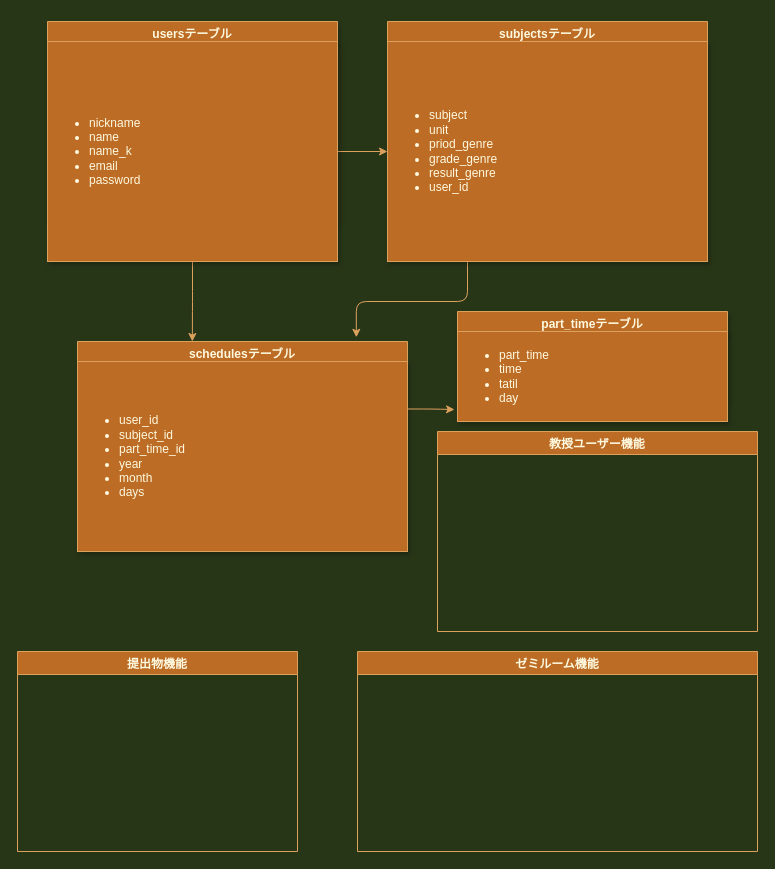
okadahideya/daigaku keeps this draw.io diagram as daigaku.dio. Above is the earlier version. Source tidied: cells renumbered, new cells numbered last; positions are measured from the earlier drawing's top-left corner, leaving out a move shared by most shapes. Both pictures are drawn from the tidied source at 100%, with x=0, y=0 at pixel (17, 21).
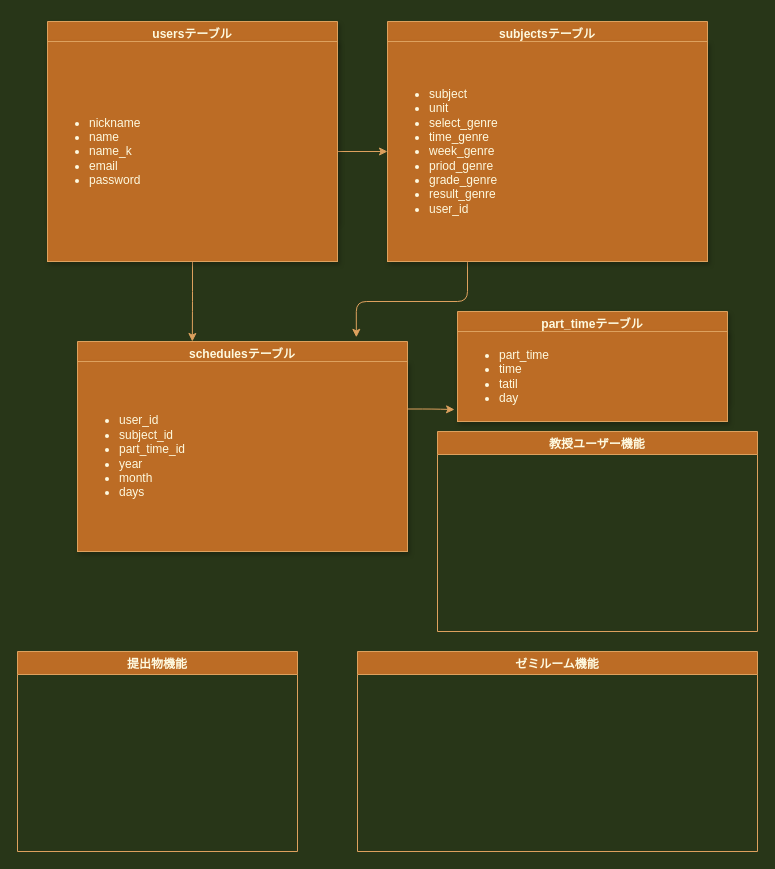
The same diagram, later.

Diff of the diagram source:
```diff
@@
 <mxGraphModel background="#283618">
   <root>
     <mxCell id="0" />
     <mxCell id="1" parent="0" />
     <mxCell id="2" value="usersテーブル" style="swimlane;fillColor=#BC6C25;strokeColor=#DDA15E;fontColor=#FEFAE0;shadow=1;" parent="1" vertex="1">
       <mxGeometry x="30" width="290" height="200" as="geometry" />
     </mxCell>
     <mxCell id="3" value="subjectsテーブル" style="swimlane;startSize=23;fillColor=#BC6C25;strokeColor=#DDA15E;fontColor=#FEFAE0;" parent="1" vertex="1">
       <mxGeometry x="370" width="320" height="240" as="geometry" />
     </mxCell>
     <mxCell id="4" value="schedulesテーブル" style="swimlane;fillColor=#BC6C25;strokeColor=#DDA15E;fontColor=#FEFAE0;" parent="1" vertex="1">
       <mxGeometry x="60" y="320" width="330" height="210" as="geometry" />
     </mxCell>
     <mxCell id="5" value="&lt;ul&gt;&lt;li&gt;user_id&lt;/li&gt;&lt;li&gt;subject_id&lt;/li&gt;&lt;li&gt;part_time_id&lt;/li&gt;&lt;li&gt;year&lt;/li&gt;&lt;li&gt;month&lt;/li&gt;&lt;li&gt;days&lt;/li&gt;&lt;/ul&gt;" style="whiteSpace=wrap;html=1;rounded=0;shadow=1;sketch=0;strokeColor=#DDA15E;fillColor=#BC6C25;fontColor=#FEFAE0;align=left;" parent="4" vertex="1">
       <mxGeometry y="20" width="330" height="190" as="geometry" />
     </mxCell>
     <mxCell id="6" value="教授ユーザー機能" style="swimlane;fillColor=#BC6C25;strokeColor=#DDA15E;fontColor=#FEFAE0;" parent="1" vertex="1">
       <mxGeometry x="420" y="410" width="320" height="200" as="geometry" />
     </mxCell>
     <mxCell id="7" value="提出物機能" style="swimlane;fillColor=#BC6C25;strokeColor=#DDA15E;fontColor=#FEFAE0;" parent="1" vertex="1">
       <mxGeometry y="630" width="280" height="200" as="geometry" />
     </mxCell>
     <mxCell id="8" value="ゼミルーム機能" style="swimlane;fillColor=#BC6C25;strokeColor=#DDA15E;fontColor=#FEFAE0;" parent="1" vertex="1">
       <mxGeometry x="340" y="630" width="400" height="200" as="geometry" />
     </mxCell>
     <mxCell id="9" style="edgeStyle=orthogonalEdgeStyle;curved=0;rounded=1;sketch=0;jettySize=auto;html=1;exitX=0.5;exitY=1;exitDx=0;exitDy=0;entryX=0.348;entryY=0;entryDx=0;entryDy=0;entryPerimeter=0;strokeColor=#DDA15E;fillColor=#BC6C25;fontColor=#FEFAE0;" parent="1" edge="1" source="11" target="4">
       <mxGeometry relative="1" as="geometry" />
     </mxCell>
     <mxCell id="10" style="edgeStyle=orthogonalEdgeStyle;curved=0;rounded=1;sketch=0;jettySize=auto;html=1;exitX=1;exitY=0.5;exitDx=0;exitDy=0;strokeColor=#DDA15E;fillColor=#BC6C25;fontColor=#FEFAE0;entryX=0;entryY=0.5;entryDx=0;entryDy=0;" parent="1" edge="1" source="11" target="13">
       <mxGeometry relative="1" as="geometry" />
     </mxCell>
     <mxCell id="11" value="&lt;ul&gt;&lt;li&gt;nickname&lt;/li&gt;&lt;li&gt;name&lt;/li&gt;&lt;li&gt;name_k&lt;/li&gt;&lt;li&gt;email&lt;/li&gt;&lt;li&gt;password&lt;/li&gt;&lt;/ul&gt;" style="whiteSpace=wrap;html=1;rounded=0;shadow=1;sketch=0;strokeColor=#DDA15E;fillColor=#BC6C25;fontColor=#FEFAE0;align=left;" parent="1" vertex="1">
       <mxGeometry x="30" y="20" width="290" height="220" as="geometry" />
     </mxCell>
     <mxCell id="12" style="edgeStyle=orthogonalEdgeStyle;curved=0;rounded=1;sketch=0;jettySize=auto;html=1;exitX=0.25;exitY=1;exitDx=0;exitDy=0;entryX=0.845;entryY=-0.02;entryDx=0;entryDy=0;entryPerimeter=0;strokeColor=#DDA15E;fillColor=#BC6C25;fontColor=#FEFAE0;" parent="1" edge="1" source="13" target="4">
       <mxGeometry relative="1" as="geometry" />
     </mxCell>
-    <mxCell id="13" value="&lt;ul&gt;&lt;li&gt;subject&lt;/li&gt;&lt;li&gt;unit&lt;/li&gt;&lt;li&gt;priod_genre&lt;/li&gt;&lt;li&gt;grade_genre&lt;/li&gt;&lt;li&gt;result_genre&lt;/li&gt;&lt;li&gt;user_id&lt;/li&gt;&lt;/ul&gt;" style="whiteSpace=wrap;html=1;rounded=0;shadow=1;sketch=0;strokeColor=#DDA15E;fillColor=#BC6C25;fontColor=#FEFAE0;align=left;" parent="1" vertex="1">
+    <mxCell id="13" value="&lt;ul&gt;&lt;li&gt;subject&lt;/li&gt;&lt;li&gt;unit&lt;/li&gt;&lt;li&gt;select_genre&lt;/li&gt;&lt;li&gt;time_genre&lt;/li&gt;&lt;li&gt;week_genre&lt;/li&gt;&lt;li&gt;priod_genre&lt;/li&gt;&lt;li&gt;grade_genre&lt;/li&gt;&lt;li&gt;result_genre&lt;/li&gt;&lt;li&gt;user_id&lt;/li&gt;&lt;/ul&gt;" style="whiteSpace=wrap;html=1;rounded=0;shadow=1;sketch=0;strokeColor=#DDA15E;fillColor=#BC6C25;fontColor=#FEFAE0;align=left;" parent="1" vertex="1">
       <mxGeometry x="370" y="20" width="320" height="220" as="geometry" />
     </mxCell>
     <mxCell id="14" value="part_timeテーブル" style="swimlane;rounded=0;shadow=1;sketch=0;strokeColor=#DDA15E;fillColor=#BC6C25;fontColor=#FEFAE0;" parent="1" vertex="1">
       <mxGeometry x="440" y="290" width="270" height="90" as="geometry" />
     </mxCell>
     <mxCell id="15" value="&lt;ul&gt;&lt;li&gt;part_time&lt;/li&gt;&lt;li&gt;time&lt;/li&gt;&lt;li&gt;tatil&lt;/li&gt;&lt;li&gt;day&lt;/li&gt;&lt;/ul&gt;" style="whiteSpace=wrap;html=1;rounded=0;shadow=1;sketch=0;strokeColor=#DDA15E;fillColor=#BC6C25;fontColor=#FEFAE0;align=left;" parent="1" vertex="1">
       <mxGeometry x="440" y="310" width="270" height="90" as="geometry" />
     </mxCell>
     <mxCell id="16" style="edgeStyle=orthogonalEdgeStyle;curved=0;rounded=1;sketch=0;jettySize=auto;html=1;exitX=1;exitY=0.25;exitDx=0;exitDy=0;entryX=-0.011;entryY=0.867;entryDx=0;entryDy=0;entryPerimeter=0;strokeColor=#DDA15E;fillColor=#BC6C25;fontColor=#FEFAE0;" parent="1" edge="1" source="5" target="15">
       <mxGeometry relative="1" as="geometry" />
     </mxCell>
   </root>
 </mxGraphModel>
```
